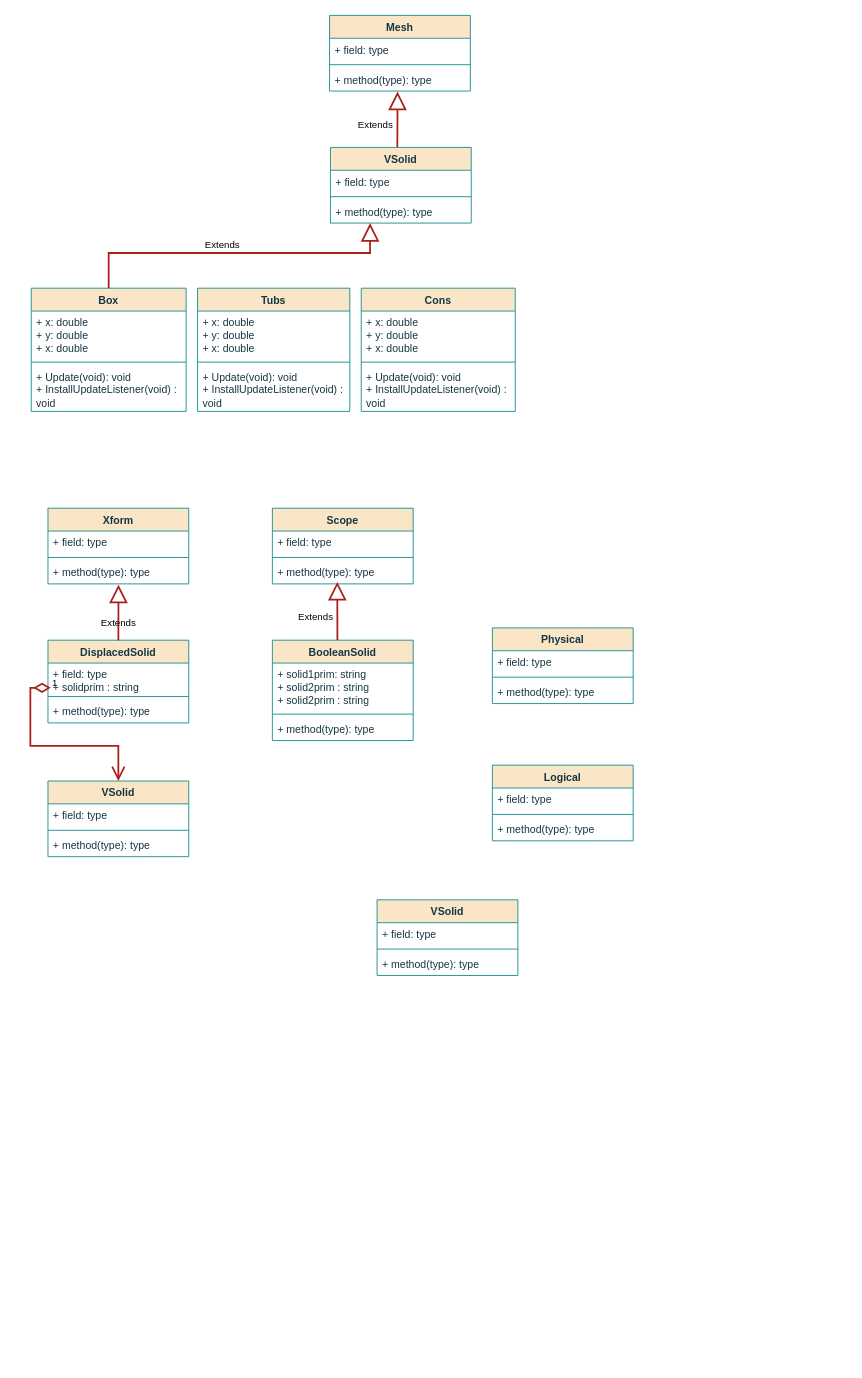
g4edge/g4omniverse keeps this draw.io diagram as public/paper1/G4_USD_Schema.drawio. Above is the earlier version. Source tidied: cells renumbered, new cells numbered last; positions are measured from the earlier drawing's top-left corner, leaving out a move shared by most shapes. Both pictures are drawn from the tidied source at 88%, with x=0, y=0 at pixel (30, 15).
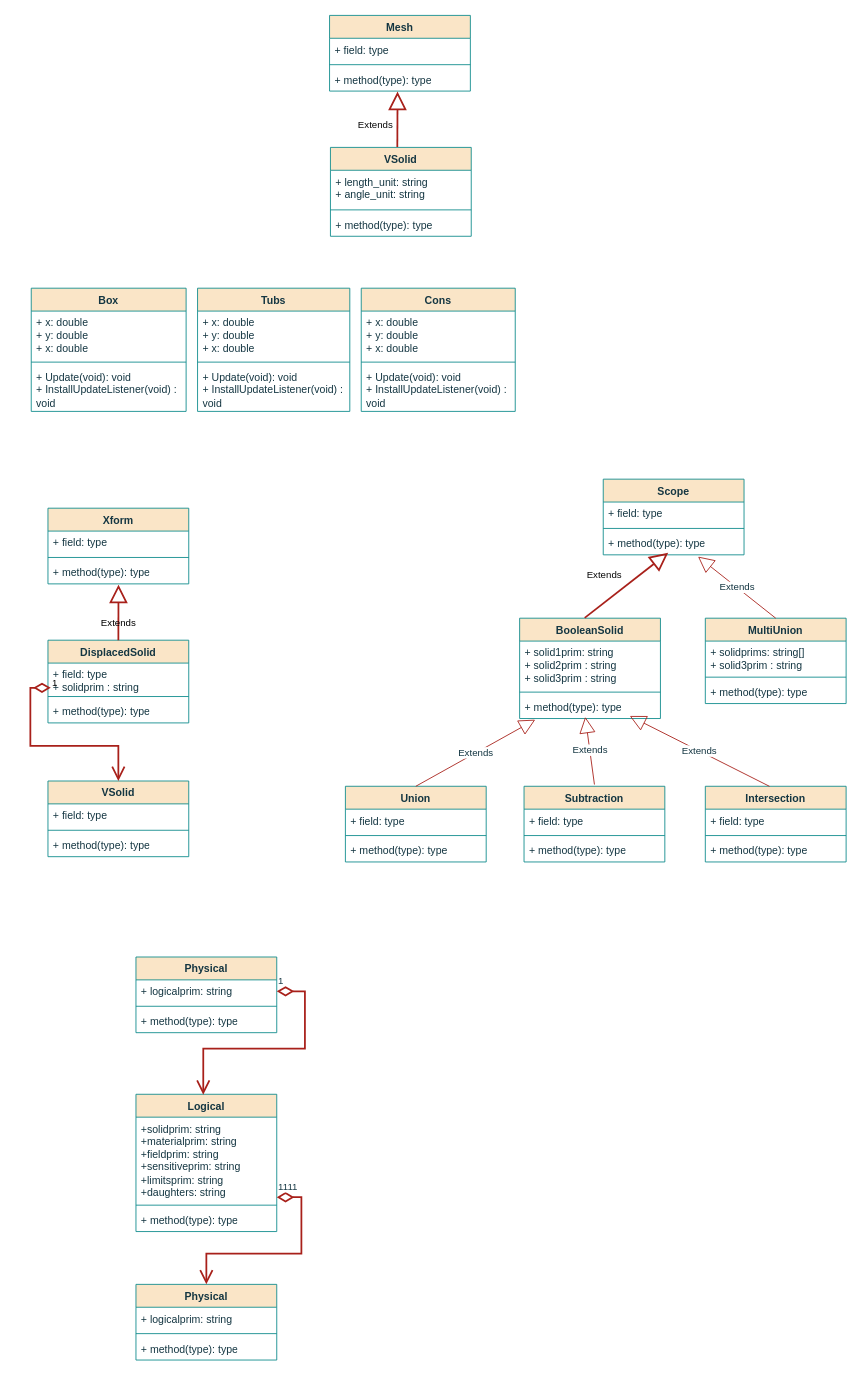
After the change.

Commit message:
paper: Improve inheritance

The change refers to these unchanged cells:
```xml
<mxCell id="2" value="Box" style="swimlane;fontStyle=1;align=center;verticalAlign=top;horizontal=1;startSize=26;whiteSpace=wrap;html=1;labelBackgroundColor=none;fillColor=#FAE5C7;strokeColor=#0F8B8D;fontColor=#143642;" parent="1" vertex="1">
  <mxGeometry x="1" y="310" width="176" height="140" as="geometry" />
</mxCell>
<mxCell id="9" value="+ method(type): type" style="text;strokeColor=none;fillColor=none;align=left;verticalAlign=top;spacingLeft=4;spacingRight=4;overflow=hidden;points=[[0,0.5],[1,0.5]];portConstraint=eastwest;whiteSpace=wrap;html=1;labelBackgroundColor=none;fontColor=#143642;" parent="6" vertex="1">
  <mxGeometry y="88" width="160" height="26" as="geometry" />
</mxCell>
<mxCell id="45" value="+ method(type): type" style="text;strokeColor=none;fillColor=none;align=left;verticalAlign=top;spacingLeft=4;spacingRight=4;overflow=hidden;points=[[0,0.5],[1,0.5]];portConstraint=eastwest;whiteSpace=wrap;html=1;fontColor=#143642;" parent="42" vertex="1">
  <mxGeometry y="60" width="160" height="26" as="geometry" />
</mxCell>
```

What changed in the source:
```diff
@@
     <mxCell id="6" value="BooleanSolid" style="swimlane;fontStyle=1;align=center;verticalAlign=top;horizontal=1;startSize=26;whiteSpace=wrap;html=1;labelBackgroundColor=none;fillColor=#FAE5C7;strokeColor=#0F8B8D;fontColor=#143642;" parent="1" vertex="1">
-      <mxGeometry x="275" y="710" width="160" height="114" as="geometry" />
+      <mxGeometry x="556" y="685" width="160" height="114" as="geometry" />
     </mxCell>
-    <mxCell id="7" value="+ solid1prim: string&lt;div&gt;+ solid2prim : string&lt;/div&gt;&lt;div&gt;+ solid2prim : string&lt;/div&gt;" style="text;strokeColor=none;fillColor=none;align=left;verticalAlign=top;spacingLeft=4;spacingRight=4;overflow=hidden;whiteSpace=wrap;html=1;labelBackgroundColor=none;fontColor=#143642;" parent="6" vertex="1">
+    <mxCell id="7" value="+ solid1prim: string&lt;div&gt;+ solid2prim : string&lt;/div&gt;&lt;div&gt;+ solid3prim : string&lt;/div&gt;" style="text;strokeColor=none;fillColor=none;align=left;verticalAlign=top;spacingLeft=4;spacingRight=4;overflow=hidden;whiteSpace=wrap;html=1;labelBackgroundColor=none;fontColor=#143642;" parent="6" vertex="1">
       <mxGeometry y="26" width="160" height="54" as="geometry" />
     </mxCell>
@@
     <mxCell id="10" value="VSolid" style="swimlane;fontStyle=1;align=center;verticalAlign=top;horizontal=1;startSize=26;whiteSpace=wrap;html=1;labelBackgroundColor=none;fillColor=#FAE5C7;strokeColor=#0F8B8D;fontColor=#143642;" parent="1" vertex="1">
-      <mxGeometry x="341" y="150" width="160" height="86" as="geometry" />
+      <mxGeometry x="341" y="150" width="160" height="101" as="geometry" />
     </mxCell>
-    <mxCell id="11" value="+ field: type" style="text;strokeColor=none;fillColor=none;align=left;verticalAlign=top;spacingLeft=4;spacingRight=4;overflow=hidden;whiteSpace=wrap;html=1;labelBackgroundColor=none;fontColor=#143642;" parent="10" vertex="1">
-      <mxGeometry y="26" width="160" height="26" as="geometry" />
+    <mxCell id="11" value="+ length_unit: string&lt;div&gt;+ angle_unit: string&lt;/div&gt;" style="text;strokeColor=none;fillColor=none;align=left;verticalAlign=top;spacingLeft=4;spacingRight=4;overflow=hidden;whiteSpace=wrap;html=1;labelBackgroundColor=none;fontColor=#143642;" parent="10" vertex="1">
+      <mxGeometry y="26" width="160" height="41" as="geometry" />
     </mxCell>
     <mxCell id="12" style="line;strokeWidth=1;fillColor=none;align=left;verticalAlign=middle;spacingTop=-1;spacingLeft=3;spacingRight=3;labelPosition=right;labelBackgroundColor=none;strokeColor=#0F8B8D;fontColor=#143642;" parent="10" vertex="1">
-      <mxGeometry y="52" width="160" height="8" as="geometry" />
+      <mxGeometry y="67" width="160" height="8" as="geometry" />
     </mxCell>
     <mxCell id="13" value="+ method(type): type" style="text;strokeColor=none;fillColor=none;align=left;verticalAlign=top;spacingLeft=4;spacingRight=4;overflow=hidden;whiteSpace=wrap;html=1;labelBackgroundColor=none;fontColor=#143642;" parent="10" vertex="1">
-      <mxGeometry y="60" width="160" height="26" as="geometry" />
+      <mxGeometry y="75" width="160" height="26" as="geometry" />
     </mxCell>
@@
-    <mxCell id="26" value="&lt;font color=&quot;#030303&quot;&gt;Extends&lt;/font&gt;" style="endArrow=block;endSize=16;endFill=0;html=1;rounded=0;entryX=0.532;entryY=1.021;entryDx=0;entryDy=0;entryPerimeter=0;exitX=0.5;exitY=0;exitDx=0;exitDy=0;strokeWidth=2;fontColor=default;labelBackgroundColor=none;strokeColor=#A8201A;" parent="1" edge="1" source="2">
-      <mxGeometry x="-0.09" y="9" relative="1" as="geometry">
-        <mxPoint x="386.1" y="236" as="targetPoint" />
-        <Array as="points">
-          <mxPoint x="89" y="270" />
-          <mxPoint x="350" y="270" />
-          <mxPoint x="386" y="270" />
-        </Array>
-      </mxGeometry>
-    </mxCell>
@@
     <mxCell id="42" value="Scope" style="swimlane;fontStyle=1;align=center;verticalAlign=top;horizontal=1;startSize=26;whiteSpace=wrap;html=1;strokeColor=#0F8B8D;fontColor=#143642;fillColor=#FAE5C7;" parent="1" vertex="1">
-      <mxGeometry x="275" y="560" width="160" height="86" as="geometry" />
+      <mxGeometry x="651" y="527" width="160" height="86" as="geometry" />
     </mxCell>
@@
     <mxCell id="47" value="Physical" style="swimlane;fontStyle=1;align=center;verticalAlign=top;horizontal=1;startSize=26;whiteSpace=wrap;html=1;strokeColor=#0F8B8D;fontColor=#143642;fillColor=#FAE5C7;" parent="1" vertex="1">
-      <mxGeometry x="525" y="696" width="160" height="86" as="geometry" />
+      <mxGeometry x="120" y="1070" width="160" height="86" as="geometry" />
     </mxCell>
-    <mxCell id="48" value="+ field: type" style="text;strokeColor=none;fillColor=none;align=left;verticalAlign=top;spacingLeft=4;spacingRight=4;overflow=hidden;points=[[0,0.5],[1,0.5]];portConstraint=eastwest;whiteSpace=wrap;html=1;fontColor=#143642;" parent="47" vertex="1">
+    <mxCell id="48" value="+ logicalprim: string" style="text;strokeColor=none;fillColor=none;align=left;verticalAlign=top;spacingLeft=4;spacingRight=4;overflow=hidden;points=[[0,0.5],[1,0.5]];portConstraint=eastwest;whiteSpace=wrap;html=1;fontColor=#143642;" parent="47" vertex="1">
       <mxGeometry y="26" width="160" height="26" as="geometry" />
     </mxCell>
@@
     <mxCell id="51" value="Logical" style="swimlane;fontStyle=1;align=center;verticalAlign=top;horizontal=1;startSize=26;whiteSpace=wrap;html=1;strokeColor=#0F8B8D;fontColor=#143642;fillColor=#FAE5C7;" parent="1" vertex="1">
-      <mxGeometry x="525" y="852" width="160" height="86" as="geometry" />
+      <mxGeometry x="120" y="1226" width="160" height="156" as="geometry" />
     </mxCell>
-    <mxCell id="52" value="+ field: type" style="text;strokeColor=none;fillColor=none;align=left;verticalAlign=top;spacingLeft=4;spacingRight=4;overflow=hidden;whiteSpace=wrap;html=1;fontColor=#143642;" parent="51" vertex="1">
-      <mxGeometry y="26" width="160" height="26" as="geometry" />
+    <mxCell id="52" value="&lt;div&gt;+solidprim: string&lt;/div&gt;&lt;div&gt;+materialprim: string&lt;/div&gt;&lt;div&gt;+fieldprim: string&lt;/div&gt;&lt;div&gt;+sensitiveprim: string&lt;/div&gt;&lt;div&gt;+limitsprim: string&lt;/div&gt;+daughters: string" style="text;strokeColor=none;fillColor=none;align=left;verticalAlign=top;spacingLeft=4;spacingRight=4;overflow=hidden;whiteSpace=wrap;html=1;fontColor=#143642;" parent="51" vertex="1">
+      <mxGeometry y="26" width="160" height="96" as="geometry" />
     </mxCell>
     <mxCell id="53" style="line;strokeWidth=1;fillColor=none;align=left;verticalAlign=middle;spacingTop=-1;spacingLeft=3;spacingRight=3;labelPosition=right;strokeColor=inherit;fontColor=#143642;" parent="51" vertex="1">
-      <mxGeometry y="52" width="160" height="8" as="geometry" />
+      <mxGeometry y="122" width="160" height="8" as="geometry" />
     </mxCell>
     <mxCell id="54" value="+ method(type): type" style="text;strokeColor=none;fillColor=none;align=left;verticalAlign=top;spacingLeft=4;spacingRight=4;overflow=hidden;whiteSpace=wrap;html=1;fontColor=#143642;" parent="51" vertex="1">
-      <mxGeometry y="60" width="160" height="26" as="geometry" />
+      <mxGeometry y="130" width="160" height="26" as="geometry" />
     </mxCell>
-    <mxCell id="55" value="VSolid" style="swimlane;fontStyle=1;align=center;verticalAlign=top;horizontal=1;startSize=26;whiteSpace=wrap;html=1;labelBackgroundColor=none;fillColor=#FAE5C7;strokeColor=#0F8B8D;fontColor=#143642;" parent="1" vertex="1">
-      <mxGeometry x="394" y="1005" width="160" height="86" as="geometry" />
-    </mxCell>
-    <mxCell id="56" value="+ field: type" style="text;strokeColor=none;fillColor=none;align=left;verticalAlign=top;spacingLeft=4;spacingRight=4;overflow=hidden;whiteSpace=wrap;html=1;labelBackgroundColor=none;fontColor=#143642;" parent="55" vertex="1">
-      <mxGeometry y="26" width="160" height="26" as="geometry" />
-    </mxCell>
-    <mxCell id="57" style="line;strokeWidth=1;fillColor=none;align=left;verticalAlign=middle;spacingTop=-1;spacingLeft=3;spacingRight=3;labelPosition=right;labelBackgroundColor=none;strokeColor=#0F8B8D;fontColor=#143642;" parent="55" vertex="1">
-      <mxGeometry y="52" width="160" height="8" as="geometry" />
-    </mxCell>
+    <mxCell id="59" value="Subtraction" style="swimlane;fontStyle=1;align=center;verticalAlign=top;horizontal=1;startSize=26;whiteSpace=wrap;html=1;strokeColor=#0F8B8D;fontColor=#143642;fillColor=#FAE5C7;" parent="1" vertex="1">
+      <mxGeometry x="561" y="876" width="160" height="86" as="geometry" />
+    </mxCell>
+    <mxCell id="60" value="+ field: type" style="text;strokeColor=none;fillColor=none;align=left;verticalAlign=top;spacingLeft=4;spacingRight=4;overflow=hidden;whiteSpace=wrap;html=1;fontColor=#143642;" parent="59" vertex="1">
+      <mxGeometry y="26" width="160" height="26" as="geometry" />
+    </mxCell>
+    <mxCell id="61" style="line;strokeWidth=1;fillColor=none;align=left;verticalAlign=middle;spacingTop=-1;spacingLeft=3;spacingRight=3;labelPosition=right;strokeColor=inherit;fontColor=#143642;" parent="59" vertex="1">
+      <mxGeometry y="52" width="160" height="8" as="geometry" />
+    </mxCell>
+    <mxCell id="62" value="+ method(type): type" style="text;strokeColor=none;fillColor=none;align=left;verticalAlign=top;spacingLeft=4;spacingRight=4;overflow=hidden;whiteSpace=wrap;html=1;fontColor=#143642;" parent="59" vertex="1">
+      <mxGeometry y="60" width="160" height="26" as="geometry" />
+    </mxCell>
+    <mxCell id="63" value="Union" style="swimlane;fontStyle=1;align=center;verticalAlign=top;horizontal=1;startSize=26;whiteSpace=wrap;html=1;strokeColor=#0F8B8D;fontColor=#143642;fillColor=#FAE5C7;" parent="1" vertex="1">
+      <mxGeometry x="358" y="876" width="160" height="86" as="geometry" />
+    </mxCell>
+    <mxCell id="64" value="+ field: type" style="text;strokeColor=none;fillColor=none;align=left;verticalAlign=top;spacingLeft=4;spacingRight=4;overflow=hidden;whiteSpace=wrap;html=1;fontColor=#143642;" parent="63" vertex="1">
+      <mxGeometry y="26" width="160" height="26" as="geometry" />
+    </mxCell>
+    <mxCell id="65" style="line;strokeWidth=1;fillColor=none;align=left;verticalAlign=middle;spacingTop=-1;spacingLeft=3;spacingRight=3;labelPosition=right;strokeColor=inherit;fontColor=#143642;" parent="63" vertex="1">
+      <mxGeometry y="52" width="160" height="8" as="geometry" />
+    </mxCell>
+    <mxCell id="66" value="+ method(type): type" style="text;strokeColor=none;fillColor=none;align=left;verticalAlign=top;spacingLeft=4;spacingRight=4;overflow=hidden;whiteSpace=wrap;html=1;fontColor=#143642;" parent="63" vertex="1">
+      <mxGeometry y="60" width="160" height="26" as="geometry" />
+    </mxCell>
+    <mxCell id="67" value="Intersection" style="swimlane;fontStyle=1;align=center;verticalAlign=top;horizontal=1;startSize=26;whiteSpace=wrap;html=1;strokeColor=#0F8B8D;fontColor=#143642;fillColor=#FAE5C7;" parent="1" vertex="1">
+      <mxGeometry x="767" y="876" width="160" height="86" as="geometry" />
+    </mxCell>
+    <mxCell id="68" value="+ field: type" style="text;strokeColor=none;fillColor=none;align=left;verticalAlign=top;spacingLeft=4;spacingRight=4;overflow=hidden;whiteSpace=wrap;html=1;fontColor=#143642;" parent="67" vertex="1">
+      <mxGeometry y="26" width="160" height="26" as="geometry" />
+    </mxCell>
+    <mxCell id="69" style="line;strokeWidth=1;fillColor=none;align=left;verticalAlign=middle;spacingTop=-1;spacingLeft=3;spacingRight=3;labelPosition=right;strokeColor=inherit;fontColor=#143642;" parent="67" vertex="1">
+      <mxGeometry y="52" width="160" height="8" as="geometry" />
+    </mxCell>
+    <mxCell id="70" value="+ method(type): type" style="text;strokeColor=none;fillColor=none;align=left;verticalAlign=top;spacingLeft=4;spacingRight=4;overflow=hidden;whiteSpace=wrap;html=1;fontColor=#143642;" parent="67" vertex="1">
+      <mxGeometry y="60" width="160" height="26" as="geometry" />
+    </mxCell>
+    <mxCell id="71" value="1" style="endArrow=open;html=1;endSize=12;startArrow=diamondThin;startSize=14;startFill=0;edgeStyle=orthogonalEdgeStyle;align=left;verticalAlign=bottom;rounded=0;strokeColor=#A8201A;fontColor=#143642;fillColor=#FAE5C7;exitX=1;exitY=0.5;exitDx=0;exitDy=0;entryX=0.478;entryY=0.003;entryDx=0;entryDy=0;entryPerimeter=0;strokeWidth=2;" parent="1" edge="1" source="48" target="51">
+      <mxGeometry x="-1" y="3" relative="1" as="geometry">
+        <Array as="points">
+          <mxPoint x="312" y="1109" />
+          <mxPoint x="312" y="1174" />
+          <mxPoint x="197" y="1174" />
+        </Array>
+      </mxGeometry>
+    </mxCell>
+    <mxCell id="72" value="Physical" style="swimlane;fontStyle=1;align=center;verticalAlign=top;horizontal=1;startSize=26;whiteSpace=wrap;html=1;strokeColor=#0F8B8D;fontColor=#143642;fillColor=#FAE5C7;" parent="1" vertex="1">
+      <mxGeometry x="120" y="1442" width="160" height="86" as="geometry" />
+    </mxCell>
+    <mxCell id="73" value="+ logicalprim: string" style="text;strokeColor=none;fillColor=none;align=left;verticalAlign=top;spacingLeft=4;spacingRight=4;overflow=hidden;whiteSpace=wrap;html=1;fontColor=#143642;" parent="72" vertex="1">
+      <mxGeometry y="26" width="160" height="26" as="geometry" />
+    </mxCell>
+    <mxCell id="74" style="line;strokeWidth=1;fillColor=none;align=left;verticalAlign=middle;spacingTop=-1;spacingLeft=3;spacingRight=3;labelPosition=right;strokeColor=inherit;fontColor=#143642;" parent="72" vertex="1">
+      <mxGeometry y="52" width="160" height="8" as="geometry" />
+    </mxCell>
+    <mxCell id="75" value="+ method(type): type" style="text;strokeColor=none;fillColor=none;align=left;verticalAlign=top;spacingLeft=4;spacingRight=4;overflow=hidden;whiteSpace=wrap;html=1;fontColor=#143642;" parent="72" vertex="1">
+      <mxGeometry y="60" width="160" height="26" as="geometry" />
+    </mxCell>
+    <mxCell id="76" value="1111" style="endArrow=open;html=1;endSize=12;startArrow=diamondThin;startSize=14;startFill=0;edgeStyle=orthogonalEdgeStyle;align=left;verticalAlign=bottom;rounded=0;strokeColor=#A8201A;fontColor=#143642;fillColor=#FAE5C7;exitX=1;exitY=0.75;exitDx=0;exitDy=0;entryX=0.5;entryY=0;entryDx=0;entryDy=0;strokeWidth=2;" parent="1" edge="1" source="51" target="72">
+      <mxGeometry x="-1" y="3" relative="1" as="geometry">
+        <Array as="points">
+          <mxPoint x="308" y="1343" />
+          <mxPoint x="308" y="1407" />
+          <mxPoint x="200" y="1407" />
+        </Array>
+      </mxGeometry>
+    </mxCell>
+    <mxCell id="77" value="MultiUnion" style="swimlane;fontStyle=1;align=center;verticalAlign=top;horizontal=1;startSize=26;whiteSpace=wrap;html=1;labelBackgroundColor=none;fillColor=#FAE5C7;strokeColor=#0F8B8D;fontColor=#143642;" parent="1" vertex="1">
+      <mxGeometry x="767" y="685" width="160" height="97" as="geometry" />
+    </mxCell>
+    <mxCell id="78" value="+ solidprims: string[]&lt;div&gt;+ solid3prim : string&lt;/div&gt;" style="text;strokeColor=none;fillColor=none;align=left;verticalAlign=top;spacingLeft=4;spacingRight=4;overflow=hidden;whiteSpace=wrap;html=1;labelBackgroundColor=none;fontColor=#143642;" parent="77" vertex="1">
+      <mxGeometry y="26" width="160" height="37" as="geometry" />
+    </mxCell>
+    <mxCell id="79" style="line;strokeWidth=1;fillColor=none;align=left;verticalAlign=middle;spacingTop=-1;spacingLeft=3;spacingRight=3;labelPosition=right;labelBackgroundColor=none;strokeColor=#0F8B8D;fontColor=#143642;" parent="77" vertex="1">
+      <mxGeometry y="63" width="160" height="8" as="geometry" />
+    </mxCell>
-    <mxCell id="58" value="+ method(type): type" style="text;strokeColor=none;fillColor=none;align=left;verticalAlign=top;spacingLeft=4;spacingRight=4;overflow=hidden;whiteSpace=wrap;html=1;labelBackgroundColor=none;fontColor=#143642;" parent="55" vertex="1">
-      <mxGeometry y="60" width="160" height="26" as="geometry" />
+    <mxCell id="58" value="+ method(type): type" style="text;strokeColor=none;fillColor=none;align=left;verticalAlign=top;spacingLeft=4;spacingRight=4;overflow=hidden;whiteSpace=wrap;html=1;labelBackgroundColor=none;fontColor=#143642;" parent="77" vertex="1">
+      <mxGeometry y="71" width="160" height="26" as="geometry" />
     </mxCell>
+    <mxCell id="80" value="Extends" style="endArrow=block;endSize=16;endFill=0;html=1;rounded=0;strokeColor=#A8201A;fontColor=#143642;fillColor=#FAE5C7;exitX=0.5;exitY=0;exitDx=0;exitDy=0;entryX=0.111;entryY=1.051;entryDx=0;entryDy=0;entryPerimeter=0;" parent="1" edge="1" source="63" target="9">
+      <mxGeometry relative="1" as="geometry" />
+    </mxCell>
+    <mxCell id="81" value="Extends" style="endArrow=block;endSize=16;endFill=0;html=1;rounded=0;strokeColor=#A8201A;fontColor=#143642;fillColor=#FAE5C7;entryX=0.466;entryY=0.929;entryDx=0;entryDy=0;entryPerimeter=0;" parent="1" edge="1" target="9">
+      <mxGeometry relative="1" as="geometry">
+        <mxPoint x="641" y="874" as="sourcePoint" />
+      </mxGeometry>
+    </mxCell>
+    <mxCell id="82" value="Extends" style="endArrow=block;endSize=16;endFill=0;html=1;rounded=0;strokeColor=#A8201A;fontColor=#143642;fillColor=#FAE5C7;exitX=0.456;exitY=0.001;exitDx=0;exitDy=0;exitPerimeter=0;entryX=0.782;entryY=0.889;entryDx=0;entryDy=0;entryPerimeter=0;" parent="1" edge="1" source="67" target="9">
+      <mxGeometry relative="1" as="geometry" />
+    </mxCell>
+    <mxCell id="83" value="Extends" style="endArrow=block;endSize=16;endFill=0;html=1;rounded=0;strokeColor=#A8201A;fontColor=#143642;fillColor=#FAE5C7;exitX=0.5;exitY=0;exitDx=0;exitDy=0;entryX=0.673;entryY=1.077;entryDx=0;entryDy=0;entryPerimeter=0;" parent="1" edge="1" source="77" target="45">
+      <mxGeometry relative="1" as="geometry" />
+    </mxCell>
```
